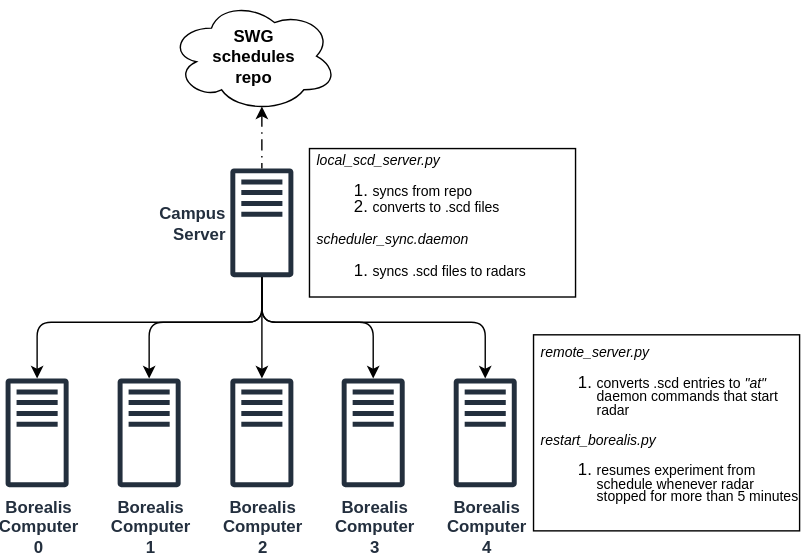
SuperDARNCanada/borealis keeps this draw.io diagram as docs/source/img/light/scheduling.svg. Above is the earlier version. Source tidied: cells renumbered, new cells last; positions are measured from the earlier drawing's top-left corner, leaving out a move shared by most shapes. Its diagram source:
```xml
<mxGraphModel>
  <root>
    <mxCell id="0" />
    <mxCell id="1" parent="0" />
    <mxCell id="2" style="edgeStyle=orthogonalEdgeStyle;rounded=1;jettySize=auto;html=1;curved=0;startArrow=classic;startFill=1;endArrow=none;endFill=0;" parent="1" edge="1" source="3" target="4">
      <mxGeometry relative="1" as="geometry">
        <Array as="points">
          <mxPoint x="23" y="230" />
          <mxPoint x="183" y="230" />
        </Array>
      </mxGeometry>
    </mxCell>
    <mxCell id="3" value="&lt;div&gt;&lt;b&gt;Borealis&lt;/b&gt;&lt;/div&gt;&lt;div&gt;&lt;b&gt;Computer&lt;/b&gt;&lt;/div&gt;&lt;div&gt;&lt;b&gt;0&lt;br&gt;&lt;/b&gt;&lt;/div&gt;" style="sketch=0;outlineConnect=0;fontColor=#232F3E;gradientColor=none;fillColor=#232F3D;strokeColor=default;dashed=0;verticalLabelPosition=bottom;verticalAlign=top;align=center;html=1;fontSize=12;fontStyle=0;shape=mxgraph.aws4.traditional_server;" parent="1" vertex="1">
      <mxGeometry y="270" width="45" height="78" as="geometry" />
    </mxCell>
    <mxCell id="4" value="&lt;div align=&quot;right&quot;&gt;&lt;b&gt;Campus&lt;/b&gt;&lt;/div&gt;&lt;div align=&quot;right&quot;&gt;&lt;b&gt;Server&lt;/b&gt;&lt;/div&gt;" style="sketch=0;outlineConnect=0;fontColor=#232F3E;gradientColor=none;fillColor=#232F3D;strokeColor=none;dashed=0;verticalLabelPosition=middle;verticalAlign=middle;align=right;html=1;fontSize=12;fontStyle=0;shape=mxgraph.aws4.traditional_server;labelPosition=left;spacingRight=3;" parent="1" vertex="1">
      <mxGeometry x="160.5" y="120" width="45" height="78" as="geometry" />
    </mxCell>
    <mxCell id="5" style="edgeStyle=orthogonalEdgeStyle;rounded=1;jettySize=auto;html=1;exitX=0.55;exitY=0.95;exitDx=0;exitDy=0;exitPerimeter=0;curved=0;startArrow=classic;startFill=1;endArrow=none;endFill=0;dashed=1;dashPattern=8 4 1 4;labelPosition=right;verticalLabelPosition=middle;align=left;verticalAlign=middle;" parent="1" edge="1" source="6" target="4">
      <mxGeometry relative="1" as="geometry" />
    </mxCell>
    <mxCell id="6" value="&lt;div&gt;&lt;b&gt;SWG&lt;/b&gt;&lt;/div&gt;&lt;div&gt;&lt;b&gt;schedules&lt;/b&gt;&lt;/div&gt;&lt;div&gt;&lt;b&gt;repo&lt;/b&gt;&lt;br&gt;&lt;/div&gt;" style="ellipse;shape=cloud;whiteSpace=wrap;html=1;fillColor=none;" parent="1" vertex="1">
      <mxGeometry x="117" width="120" height="80" as="geometry" />
    </mxCell>
    <mxCell id="7" value="&lt;div&gt;&lt;b&gt;Borealis&lt;/b&gt;&lt;/div&gt;&lt;div&gt;&lt;b&gt;Computer&lt;/b&gt;&lt;/div&gt;&lt;div&gt;&lt;b&gt;1&lt;br&gt;&lt;/b&gt;&lt;/div&gt;" style="sketch=0;outlineConnect=0;fontColor=#232F3E;gradientColor=none;fillColor=#232F3D;strokeColor=default;dashed=0;verticalLabelPosition=bottom;verticalAlign=top;align=center;html=1;fontSize=12;fontStyle=0;shape=mxgraph.aws4.traditional_server;" parent="1" vertex="1">
      <mxGeometry x="80" y="270" width="45" height="78" as="geometry" />
    </mxCell>
    <mxCell id="8" value="&lt;div&gt;&lt;b&gt;Borealis&lt;/b&gt;&lt;/div&gt;&lt;div&gt;&lt;b&gt;Computer&lt;/b&gt;&lt;/div&gt;&lt;div&gt;&lt;b&gt;2&lt;br&gt;&lt;/b&gt;&lt;/div&gt;" style="sketch=0;outlineConnect=0;fontColor=#232F3E;gradientColor=none;fillColor=#232F3D;strokeColor=default;dashed=0;verticalLabelPosition=bottom;verticalAlign=top;align=center;html=1;fontSize=12;fontStyle=0;shape=mxgraph.aws4.traditional_server;" parent="1" vertex="1">
      <mxGeometry x="160.5" y="270" width="45" height="78" as="geometry" />
    </mxCell>
    <mxCell id="9" value="&lt;div&gt;&lt;b&gt;Borealis&lt;/b&gt;&lt;/div&gt;&lt;div&gt;&lt;b&gt;Computer&lt;/b&gt;&lt;/div&gt;&lt;div&gt;&lt;b&gt;3&lt;br&gt;&lt;/b&gt;&lt;/div&gt;" style="sketch=0;outlineConnect=0;fontColor=#232F3E;gradientColor=none;fillColor=#232F3D;strokeColor=default;dashed=0;verticalLabelPosition=bottom;verticalAlign=top;align=center;html=1;fontSize=12;fontStyle=0;shape=mxgraph.aws4.traditional_server;" parent="1" vertex="1">
      <mxGeometry x="240" y="270" width="45" height="78" as="geometry" />
    </mxCell>
    <mxCell id="10" value="&lt;div&gt;&lt;b&gt;Borealis&lt;/b&gt;&lt;/div&gt;&lt;div&gt;&lt;b&gt;Computer&lt;/b&gt;&lt;/div&gt;&lt;div&gt;&lt;b&gt;4&lt;br&gt;&lt;/b&gt;&lt;/div&gt;" style="sketch=0;outlineConnect=0;fontColor=#232F3E;gradientColor=none;fillColor=#232F3D;strokeColor=default;dashed=0;verticalLabelPosition=bottom;verticalAlign=top;align=center;html=1;fontSize=12;fontStyle=0;shape=mxgraph.aws4.traditional_server;" parent="1" vertex="1">
      <mxGeometry x="320" y="270" width="45" height="78" as="geometry" />
    </mxCell>
    <mxCell id="11" style="edgeStyle=orthogonalEdgeStyle;rounded=1;jettySize=auto;html=1;curved=0;startArrow=classic;startFill=1;endArrow=none;endFill=0;" parent="1" edge="1" source="7" target="4">
      <mxGeometry relative="1" as="geometry">
        <Array as="points">
          <mxPoint x="103" y="230" />
          <mxPoint x="183" y="230" />
        </Array>
      </mxGeometry>
    </mxCell>
    <mxCell id="12" style="edgeStyle=orthogonalEdgeStyle;rounded=1;jettySize=auto;html=1;curved=0;startArrow=classic;startFill=1;endArrow=none;endFill=0;" parent="1" edge="1" source="8" target="4">
      <mxGeometry relative="1" as="geometry">
        <Array as="points">
          <mxPoint x="183" y="270" />
          <mxPoint x="183" y="270" />
        </Array>
      </mxGeometry>
    </mxCell>
    <mxCell id="13" style="edgeStyle=orthogonalEdgeStyle;rounded=1;jettySize=auto;html=1;curved=0;startArrow=classic;startFill=1;endArrow=none;endFill=0;" parent="1" edge="1" source="9" target="4">
      <mxGeometry relative="1" as="geometry">
        <Array as="points">
          <mxPoint x="263" y="230" />
          <mxPoint x="183" y="230" />
        </Array>
      </mxGeometry>
    </mxCell>
    <mxCell id="14" style="edgeStyle=orthogonalEdgeStyle;rounded=1;jettySize=auto;html=1;curved=0;startArrow=classic;startFill=1;endArrow=none;endFill=0;" parent="1" edge="1" source="10" target="4">
      <mxGeometry relative="1" as="geometry">
        <Array as="points">
          <mxPoint x="343" y="230" />
          <mxPoint x="183" y="230" />
        </Array>
      </mxGeometry>
    </mxCell>
    <mxCell id="15" value="&lt;div style=&quot;line-height: 90%;&quot;&gt;&lt;div&gt;&lt;div&gt;&lt;font style=&quot;font-size: 10px; line-height: 90%;&quot;&gt;&lt;i&gt;local_scd_server.py&lt;/i&gt;&lt;/font&gt;&lt;/div&gt;&lt;div&gt;&lt;ol&gt;&lt;li&gt;&lt;font style=&quot;font-size: 10px; line-height: 90%;&quot;&gt;syncs from repo&lt;/font&gt;&lt;/li&gt;&lt;li&gt;&lt;font style=&quot;font-size: 10px; line-height: 90%;&quot;&gt;converts to .scd files&lt;/font&gt;&lt;/li&gt;&lt;/ol&gt;&lt;div&gt;&lt;font style=&quot;font-size: 10px; line-height: 90%;&quot;&gt;&lt;i&gt;scheduler_sync.daemon&lt;/i&gt;&lt;br&gt;&lt;/font&gt;&lt;/div&gt;&lt;ol&gt;&lt;li&gt;&lt;font style=&quot;font-size: 10px; line-height: 90%;&quot;&gt;syncs .scd files to radars&lt;br&gt;&lt;/font&gt;&lt;/li&gt;&lt;/ol&gt;&lt;/div&gt;&lt;/div&gt;&lt;/div&gt;" style="text;html=1;whiteSpace=wrap;strokeColor=default;fillColor=none;align=left;verticalAlign=middle;rounded=0;labelBorderColor=none;spacingLeft=3;perimeterSpacing=0;" parent="1" vertex="1">
      <mxGeometry x="217" y="106" width="190" height="106" as="geometry" />
    </mxCell>
    <mxCell id="16" value="&lt;div style=&quot;line-height: 80%;&quot;&gt;&lt;div&gt;&lt;div&gt;&lt;font style=&quot;font-size: 10px; line-height: 80%;&quot;&gt;&lt;i&gt;remote_server.py&lt;/i&gt;&lt;/font&gt;&lt;/div&gt;&lt;div&gt;&lt;ol&gt;&lt;li&gt;&lt;font style=&quot;font-size: 10px; line-height: 80%;&quot;&gt;converts .scd entries to &lt;i&gt;&quot;at&quot;&lt;/i&gt; daemon commands that start radar&lt;br&gt;&lt;/font&gt;&lt;/li&gt;&lt;/ol&gt;&lt;div&gt;&lt;font style=&quot;font-size: 10px; line-height: 80%;&quot;&gt;&lt;i&gt;restart_borealis.py&lt;/i&gt;&lt;/font&gt;&lt;/div&gt;&lt;div&gt;&lt;ol&gt;&lt;li&gt;&lt;font style=&quot;font-size: 10px; line-height: 80%;&quot;&gt;resumes experiment from schedule whenever radar stopped for more than 5 minutes&lt;br&gt;&lt;/font&gt;&lt;/li&gt;&lt;/ol&gt;&lt;/div&gt;&lt;/div&gt;&lt;/div&gt;&lt;/div&gt;" style="text;html=1;whiteSpace=wrap;strokeColor=default;fillColor=none;align=left;verticalAlign=middle;rounded=0;labelBorderColor=none;spacingLeft=3;perimeterSpacing=0;" parent="1" vertex="1">
      <mxGeometry x="377" y="239" width="190" height="140" as="geometry" />
    </mxCell>
  </root>
</mxGraphModel>
```
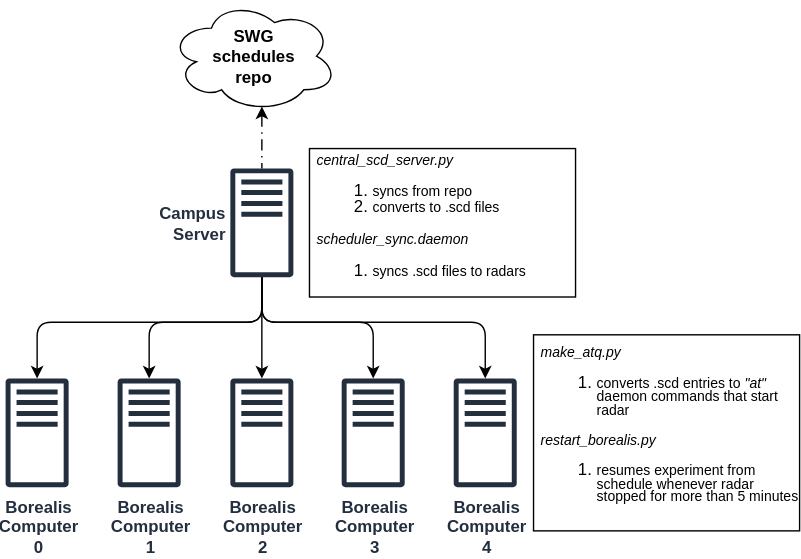
After the change.

Change to the diagram source:
```diff
@@ -66,10 +66,10 @@
         </Array>
       </mxGeometry>
     </mxCell>
-    <mxCell id="15" value="&lt;div style=&quot;line-height: 90%;&quot;&gt;&lt;div&gt;&lt;div&gt;&lt;font style=&quot;font-size: 10px; line-height: 90%;&quot;&gt;&lt;i&gt;local_scd_server.py&lt;/i&gt;&lt;/font&gt;&lt;/div&gt;&lt;div&gt;&lt;ol&gt;&lt;li&gt;&lt;font style=&quot;font-size: 10px; line-height: 90%;&quot;&gt;syncs from repo&lt;/font&gt;&lt;/li&gt;&lt;li&gt;&lt;font style=&quot;font-size: 10px; line-height: 90%;&quot;&gt;converts to .scd files&lt;/font&gt;&lt;/li&gt;&lt;/ol&gt;&lt;div&gt;&lt;font style=&quot;font-size: 10px; line-height: 90%;&quot;&gt;&lt;i&gt;scheduler_sync.daemon&lt;/i&gt;&lt;br&gt;&lt;/font&gt;&lt;/div&gt;&lt;ol&gt;&lt;li&gt;&lt;font style=&quot;font-size: 10px; line-height: 90%;&quot;&gt;syncs .scd files to radars&lt;br&gt;&lt;/font&gt;&lt;/li&gt;&lt;/ol&gt;&lt;/div&gt;&lt;/div&gt;&lt;/div&gt;" style="text;html=1;whiteSpace=wrap;strokeColor=default;fillColor=none;align=left;verticalAlign=middle;rounded=0;labelBorderColor=none;spacingLeft=3;perimeterSpacing=0;" parent="1" vertex="1">
+    <mxCell id="15" value="&lt;div style=&quot;line-height: 90%;&quot;&gt;&lt;div&gt;&lt;div&gt;&lt;font style=&quot;font-size: 10px; line-height: 90%;&quot;&gt;&lt;i&gt;central_scd_server.py&lt;/i&gt;&lt;/font&gt;&lt;/div&gt;&lt;div&gt;&lt;ol&gt;&lt;li&gt;&lt;font style=&quot;font-size: 10px; line-height: 90%;&quot;&gt;syncs from repo&lt;/font&gt;&lt;/li&gt;&lt;li&gt;&lt;font style=&quot;font-size: 10px; line-height: 90%;&quot;&gt;converts to .scd files&lt;/font&gt;&lt;/li&gt;&lt;/ol&gt;&lt;div&gt;&lt;font style=&quot;font-size: 10px; line-height: 90%;&quot;&gt;&lt;i&gt;scheduler_sync.daemon&lt;/i&gt;&lt;br&gt;&lt;/font&gt;&lt;/div&gt;&lt;ol&gt;&lt;li&gt;&lt;font style=&quot;font-size: 10px; line-height: 90%;&quot;&gt;syncs .scd files to radars&lt;br&gt;&lt;/font&gt;&lt;/li&gt;&lt;/ol&gt;&lt;/div&gt;&lt;/div&gt;&lt;/div&gt;" style="text;html=1;whiteSpace=wrap;strokeColor=default;fillColor=none;align=left;verticalAlign=middle;rounded=0;labelBorderColor=none;spacingLeft=3;perimeterSpacing=0;" parent="1" vertex="1">
       <mxGeometry x="217" y="106" width="190" height="106" as="geometry" />
     </mxCell>
-    <mxCell id="16" value="&lt;div style=&quot;line-height: 80%;&quot;&gt;&lt;div&gt;&lt;div&gt;&lt;font style=&quot;font-size: 10px; line-height: 80%;&quot;&gt;&lt;i&gt;remote_server.py&lt;/i&gt;&lt;/font&gt;&lt;/div&gt;&lt;div&gt;&lt;ol&gt;&lt;li&gt;&lt;font style=&quot;font-size: 10px; line-height: 80%;&quot;&gt;converts .scd entries to &lt;i&gt;&quot;at&quot;&lt;/i&gt; daemon commands that start radar&lt;br&gt;&lt;/font&gt;&lt;/li&gt;&lt;/ol&gt;&lt;div&gt;&lt;font style=&quot;font-size: 10px; line-height: 80%;&quot;&gt;&lt;i&gt;restart_borealis.py&lt;/i&gt;&lt;/font&gt;&lt;/div&gt;&lt;div&gt;&lt;ol&gt;&lt;li&gt;&lt;font style=&quot;font-size: 10px; line-height: 80%;&quot;&gt;resumes experiment from schedule whenever radar stopped for more than 5 minutes&lt;br&gt;&lt;/font&gt;&lt;/li&gt;&lt;/ol&gt;&lt;/div&gt;&lt;/div&gt;&lt;/div&gt;&lt;/div&gt;" style="text;html=1;whiteSpace=wrap;strokeColor=default;fillColor=none;align=left;verticalAlign=middle;rounded=0;labelBorderColor=none;spacingLeft=3;perimeterSpacing=0;" parent="1" vertex="1">
+    <mxCell id="16" value="&lt;div style=&quot;line-height: 80%;&quot;&gt;&lt;div&gt;&lt;div&gt;&lt;font style=&quot;font-size: 10px; line-height: 80%;&quot;&gt;&lt;i&gt;make_atq.py&lt;/i&gt;&lt;/font&gt;&lt;/div&gt;&lt;div&gt;&lt;ol&gt;&lt;li&gt;&lt;font style=&quot;font-size: 10px; line-height: 80%;&quot;&gt;converts .scd entries to &lt;i&gt;&quot;at&quot;&lt;/i&gt; daemon commands that start radar&lt;br&gt;&lt;/font&gt;&lt;/li&gt;&lt;/ol&gt;&lt;div&gt;&lt;font style=&quot;font-size: 10px; line-height: 80%;&quot;&gt;&lt;i&gt;restart_borealis.py&lt;/i&gt;&lt;/font&gt;&lt;/div&gt;&lt;div&gt;&lt;ol&gt;&lt;li&gt;&lt;font style=&quot;font-size: 10px; line-height: 80%;&quot;&gt;resumes experiment from schedule whenever radar stopped for more than 5 minutes&lt;br&gt;&lt;/font&gt;&lt;/li&gt;&lt;/ol&gt;&lt;/div&gt;&lt;/div&gt;&lt;/div&gt;&lt;/div&gt;" style="text;html=1;whiteSpace=wrap;strokeColor=default;fillColor=none;align=left;verticalAlign=middle;rounded=0;labelBorderColor=none;spacingLeft=3;perimeterSpacing=0;" parent="1" vertex="1">
       <mxGeometry x="377" y="239" width="190" height="140" as="geometry" />
     </mxCell>
   </root>
```
